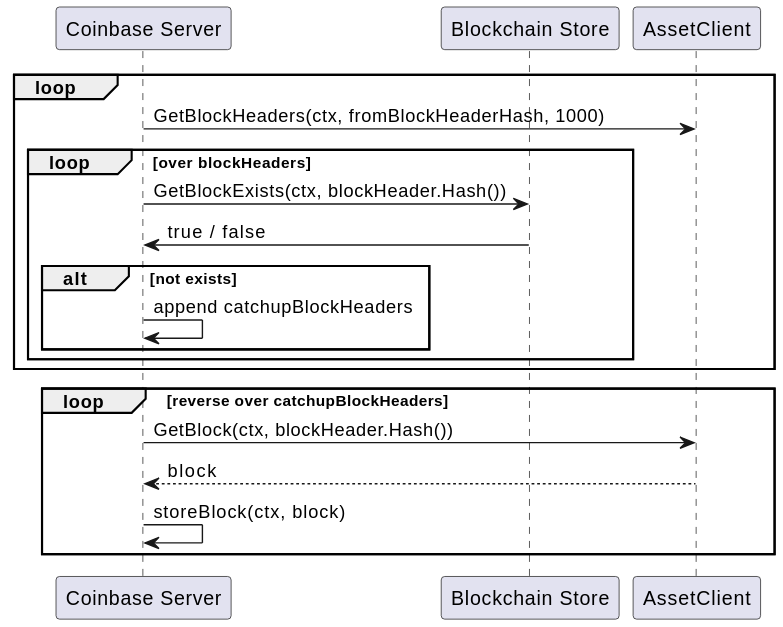
Before: docs/services/img/plantuml/coinbase/coinbase_catchup.svg, a diagram exported from PlantUML (freemans13/teranode). Its source is kept beside it as docs/services/img/plantuml/coinbase/coinbase_catchup.puml. Source of this version:
```plantuml
@startuml
participant "Coinbase Server" as Co
participant "Blockchain Store" as St
participant "AssetClient" as AC

loop
    Co -> AC: GetBlockHeaders(ctx, fromBlockHeaderHash, 1000)

    loop over blockHeaders
        Co -> St: GetBlockExists(ctx, blockHeader.Hash())
        St -> Co: true / false
        alt not exists
            Co -> Co: append catchupBlockHeaders
        end
    end
end


loop reverse over catchupBlockHeaders
    Co -> AC: GetBlock(ctx, blockHeader.Hash())
    AC --> Co: block
    Co -> Co: storeBlock(ctx, block)
end

@enduml
```
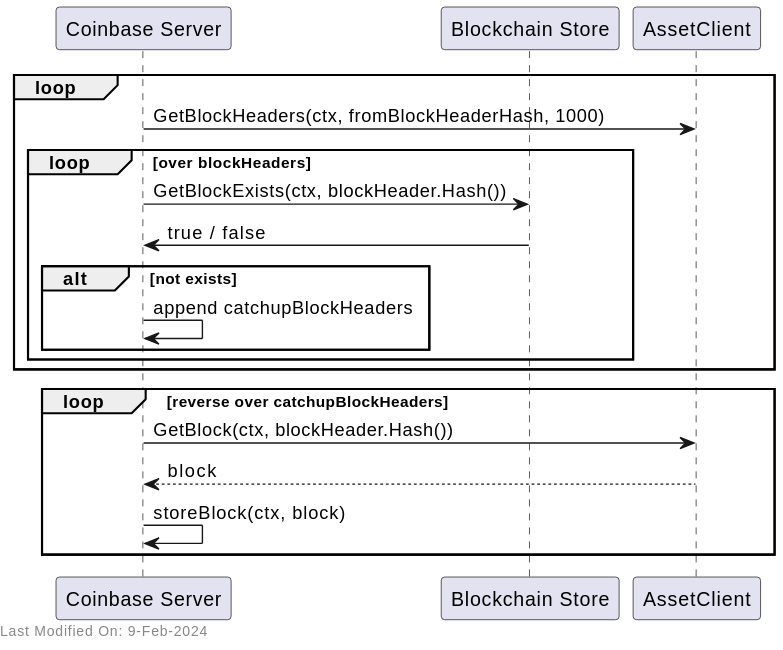
The same diagram one commit later.

The edit, as a diff of the source:
```diff
@@ -22,4 +22,6 @@
     Co -> Co: storeBlock(ctx, block)
 end
 
+left footer Last Modified On: 9-Feb-2024
+
 @enduml
```
